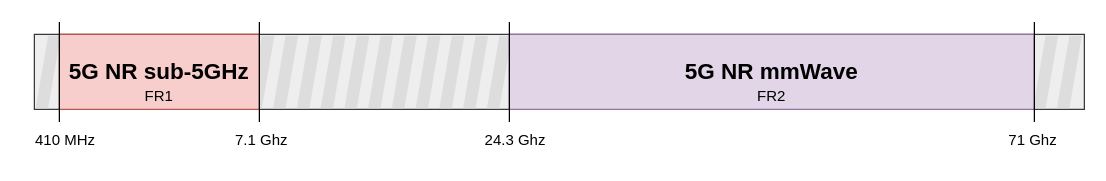
This is MSc_thesis/5-Figures/Frequency Spectrum.drawio from mvromao/thesis, a draw.io file, before an edit. Source tidied: cells renumbered, new cells numbered last; positions are measured from the earlier drawing's top-left corner, leaving out a move shared by most shapes. Both pictures are drawn from the tidied source at 125%, with x=0, y=0 at pixel (21, 21).
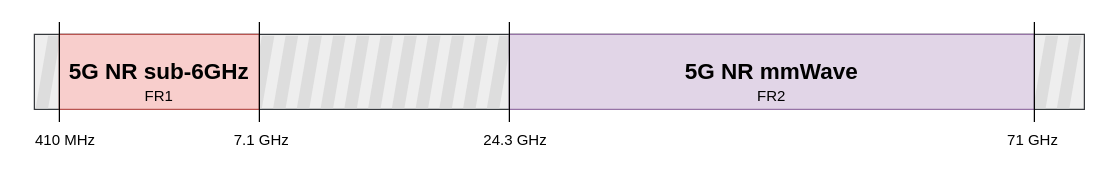
The same page after the edit.

What changed in the source:
```diff
@@
-    <mxCell id="4" value="7.1 Ghz" style="text;html=1;whiteSpace=wrap;strokeColor=none;fillColor=none;align=center;verticalAlign=middle;rounded=0;" parent="1" vertex="1">
+    <mxCell id="4" value="7.1 GHz" style="text;html=1;whiteSpace=wrap;strokeColor=none;fillColor=none;align=center;verticalAlign=middle;rounded=0;" parent="1" vertex="1">
       <mxGeometry x="157" y="80" width="70" height="30" as="geometry" />
     </mxCell>
-    <mxCell id="5" value="24.3 Ghz" style="text;html=1;whiteSpace=wrap;strokeColor=none;fillColor=none;align=center;verticalAlign=middle;rounded=0;" parent="1" vertex="1">
+    <mxCell id="5" value="24.3 GHz" style="text;html=1;whiteSpace=wrap;strokeColor=none;fillColor=none;align=center;verticalAlign=middle;rounded=0;" parent="1" vertex="1">
       <mxGeometry x="360" y="80" width="70" height="30" as="geometry" />
     </mxCell>
-    <mxCell id="6" value="71 Ghz" style="text;html=1;whiteSpace=wrap;strokeColor=none;fillColor=none;align=center;verticalAlign=middle;rounded=0;" parent="1" vertex="1">
+    <mxCell id="6" value="71 GHz" style="text;html=1;whiteSpace=wrap;strokeColor=none;fillColor=none;align=center;verticalAlign=middle;rounded=0;" parent="1" vertex="1">
       <mxGeometry x="779" y="80" width="60" height="30" as="geometry" />
     </mxCell>
@@
-    <mxCell id="51" value="&lt;b&gt;5G NR sub-5GHz&lt;/b&gt;" style="rounded=0;whiteSpace=wrap;html=1;fillColor=#f8cecc;strokeColor=#b85450;fontSize=18;gradientColor=none;" parent="1" vertex="1">
+    <mxCell id="51" value="&lt;b&gt;5G NR sub-6GHz&lt;/b&gt;" style="rounded=0;whiteSpace=wrap;html=1;fillColor=#f8cecc;strokeColor=#b85450;fontSize=18;gradientColor=none;" parent="1" vertex="1">
       <mxGeometry x="30" y="10" width="160" height="60" as="geometry" />
     </mxCell>
```
